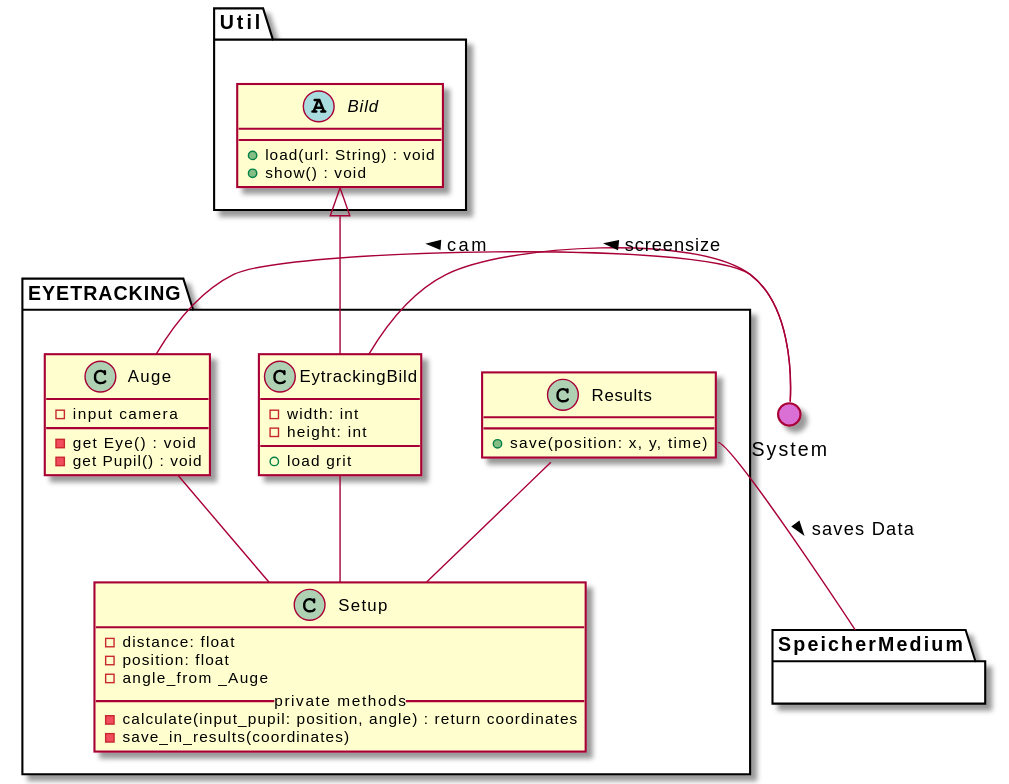
Above: meilenstein_03/uml-eyetracking/eyetracking.svg in weichware10/meilensteine (PlantUML), before the change. The source it was exported from:
```plantuml
@startuml
() System #DA70D5
top to bottom direction


package Util {







    abstract Bild {
      + load(url: String) : void
      + show() : void
    }


}


package EYETRACKING {

    class Auge {
        - input camera
        - get Eye() : void
        - get Pupil() : void
    }

    class EytrackingBild {
        - width: int
        - height: int
        __
        + load grit
    }

    class Setup {
        - distance: float
        - position: float
        - angle_from _Auge
        __private methods__
        - calculate(input_pupil: position, angle) : return coordinates
        - save_in_results(coordinates)
    }

    class Results {
        + save(position: x, y, time)
    }


    Results -- Setup
    Auge -- Setup
    EytrackingBild -- Setup
    Bild <|-- EytrackingBild




    Results::save -- SpeicherMedium : > saves Data
    EytrackingBild  -r- System : < screensize
    Auge -r- System : < cam

}




package SpeicherMedium {}
@enduml
```
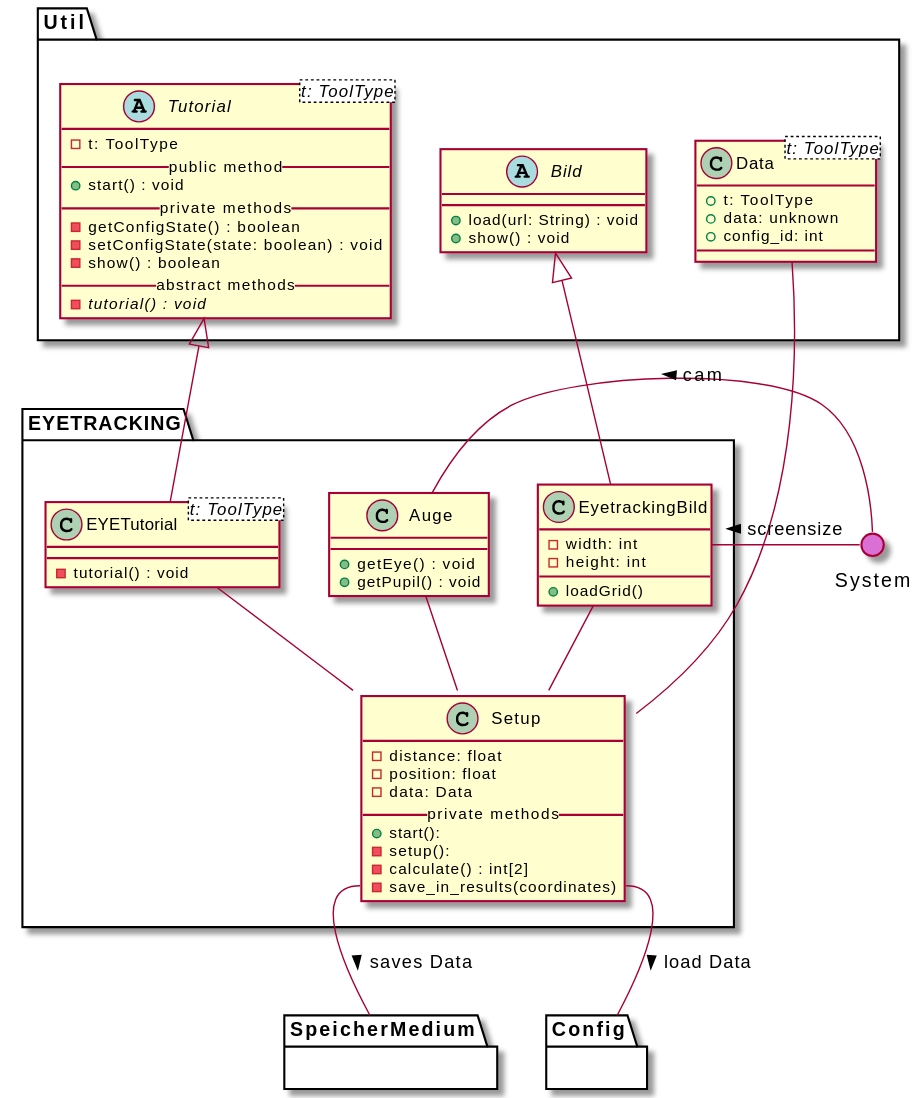
Above is the later version.

Commit message:
Render PlantUML SVGs

Diff of the diagram source:
```diff
@@ -6,7 +6,17 @@
 package Util {
 
 
-
+    abstract Tutorial<t: ToolType> {
+      - t: ToolType
+      __public method__
+      + start() : void
+      __private methods__
+      - getConfigState() : boolean
+      - setConfigState(state: boolean) : void
+      - show() : boolean
+      __abstract methods__
+      - {abstract} tutorial() : void
+    }
 
 
 
@@ -16,6 +26,12 @@
       + show() : void
     }
 
+    class Data<t: ToolType> {
+        + t: ToolType
+        + data: unknown
+        + config_id: int
+    }
+
 
 }
 
@@ -23,42 +39,49 @@
 package EYETRACKING {
 
     class Auge {
-        - input camera
-        - get Eye() : void
-        - get Pupil() : void
+        + getEye() : void
+        + getPupil() : void
     }
 
-    class EytrackingBild {
+    class EyetrackingBild {
         - width: int
         - height: int
         __
-        + load grit
+        + loadGrid()
     }
+
+
+    class EYETutorial<t: ToolType> {
+      - tutorial() : void
+    }
+
 
     class Setup {
         - distance: float
         - position: float
-        - angle_from _Auge
+        - data: Data
         __private methods__
-        - calculate(input_pupil: position, angle) : return coordinates
+        + start():
+        - setup():
+        - calculate() : int[2]
         - save_in_results(coordinates)
     }
 
-    class Results {
-        + save(position: x, y, time)
-    }
 
 
-    Results -- Setup
     Auge -- Setup
-    EytrackingBild -- Setup
-    Bild <|-- EytrackingBild
+    EyetrackingBild -- Setup
+    Bild <|-- EyetrackingBild
+    Tutorial <|-- EYETutorial
+    EYETutorial -- Setup
+    Data -- Setup
 
 
 
 
-    Results::save -- SpeicherMedium : > saves Data
-    EytrackingBild  -r- System : < screensize
+    Setup::save -- SpeicherMedium : > saves Data
+    Setup::save -- Config : > load Data
+    EyetrackingBild  -r- System : < screensize
     Auge -r- System : < cam
 
 }
@@ -67,4 +90,5 @@
 
 
 package SpeicherMedium {}
+package Config {}
 @enduml
```
